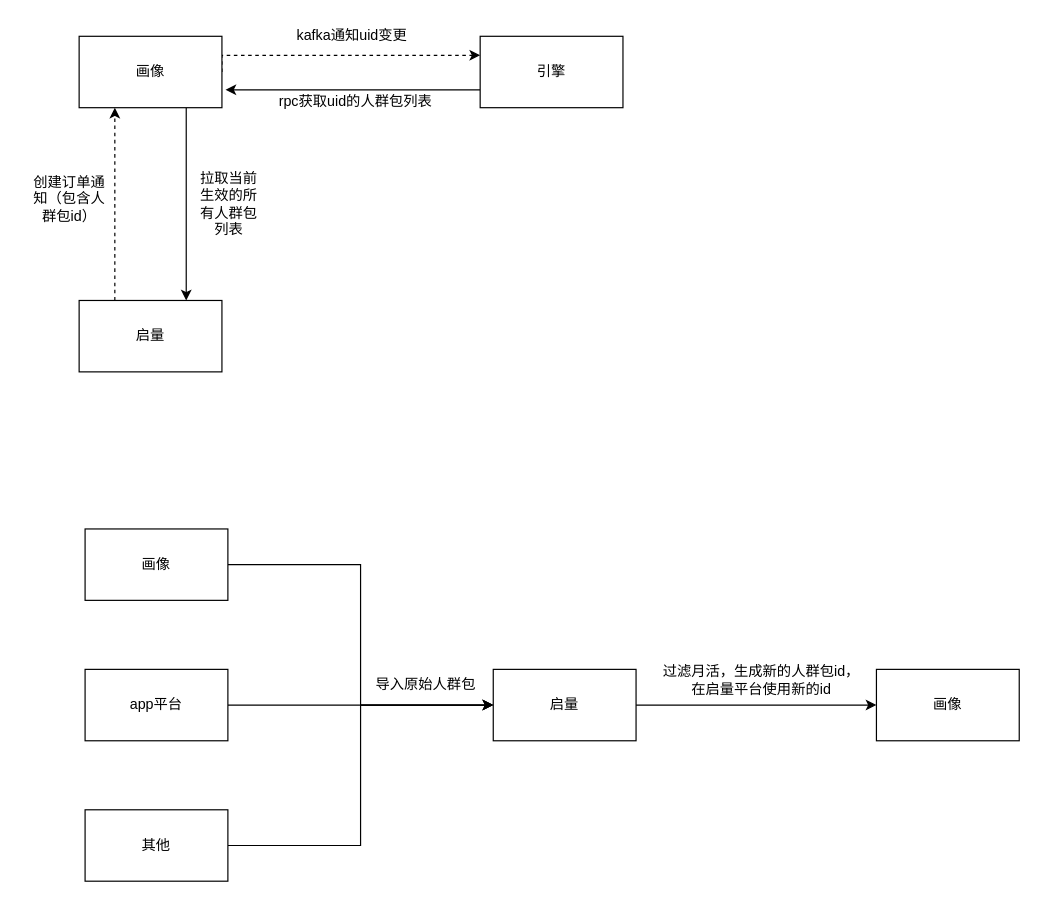
Above: 启量.drawio in AngLI1992/draw.io (draw.io), before the change. Source tidied: cells renumbered, new cells numbered last; positions are measured from the earlier drawing's top-left corner, leaving out a move shared by most shapes. Both pictures are drawn from the tidied source at 119%, with x=0, y=0 at pixel (29, 20).
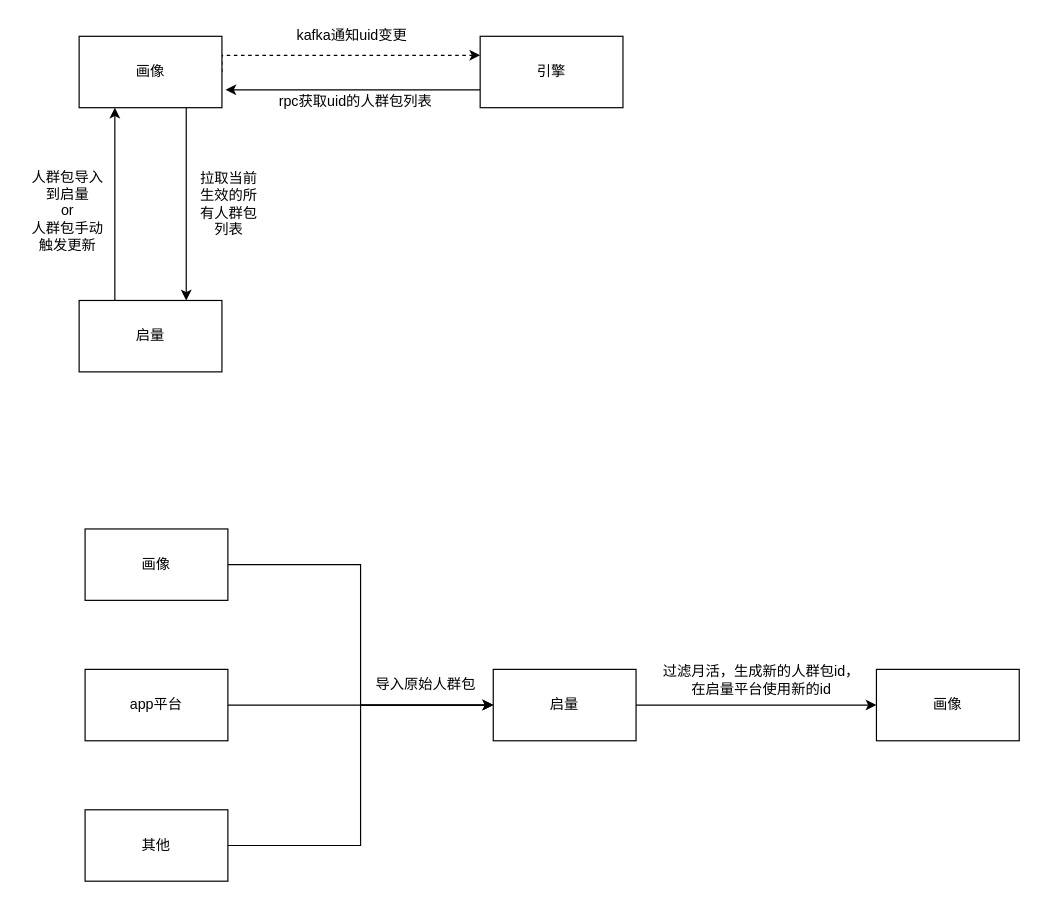
After the change.

Unchanged cells that the change refers to:
```xml
<mxCell id="4" value="画像" style="rounded=0;whiteSpace=wrap;html=1;" parent="1" vertex="1">
  <mxGeometry x="42" y="13" width="120" height="60" as="geometry" />
</mxCell>
<mxCell id="8" value="启量" style="rounded=0;whiteSpace=wrap;html=1;" parent="1" vertex="1">
  <mxGeometry x="42" y="235" width="120" height="60" as="geometry" />
</mxCell>
```

Diff of the diagram source:
```diff
@@
-    <mxCell id="7" style="edgeStyle=orthogonalEdgeStyle;rounded=0;jettySize=auto;html=1;exitX=0.25;exitY=0;exitDx=0;exitDy=0;entryX=0.25;entryY=1;entryDx=0;entryDy=0;dashed=1;" parent="1" edge="1" source="8" target="4">
+    <mxCell id="7" style="edgeStyle=orthogonalEdgeStyle;rounded=0;jettySize=auto;html=1;exitX=0.25;exitY=0;exitDx=0;exitDy=0;entryX=0.25;entryY=1;entryDx=0;entryDy=0;" parent="1" edge="1" source="8" target="4">
       <mxGeometry relative="1" as="geometry" />
     </mxCell>
@@
-    <mxCell id="11" value="创建订单通知（包含人群包id）" style="text;html=1;strokeColor=none;fillColor=none;align=center;verticalAlign=middle;whiteSpace=wrap;rounded=0;" parent="1" vertex="1">
-      <mxGeometry y="135" width="68" height="30" as="geometry" />
-    </mxCell>
@@
+    <mxCell id="24" value="人群包导入&lt;br&gt;到启量&lt;br&gt;or&lt;br&gt;人群包手动&lt;br&gt;触发更新" style="text;html=1;align=center;verticalAlign=middle;strokeColor=none;fillColor=none;" parent="1" vertex="1">
+      <mxGeometry x="-7" y="118" width="78" height="84" as="geometry" />
+    </mxCell>
```
